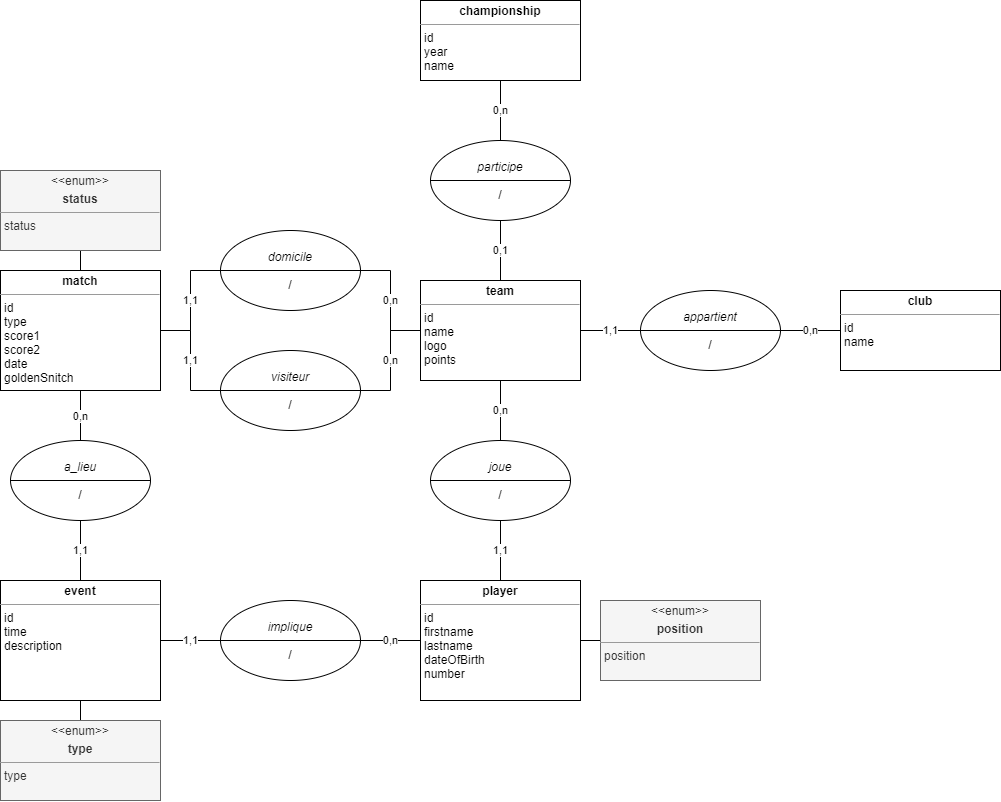
Before: img_readme/conception-bdd.png, a diagram exported from draw.io (B4va/quidditch-iutm). Source tidied: cells renumbered, new cells last; positions are measured from the earlier drawing's top-left corner, leaving out a move shared by most shapes.
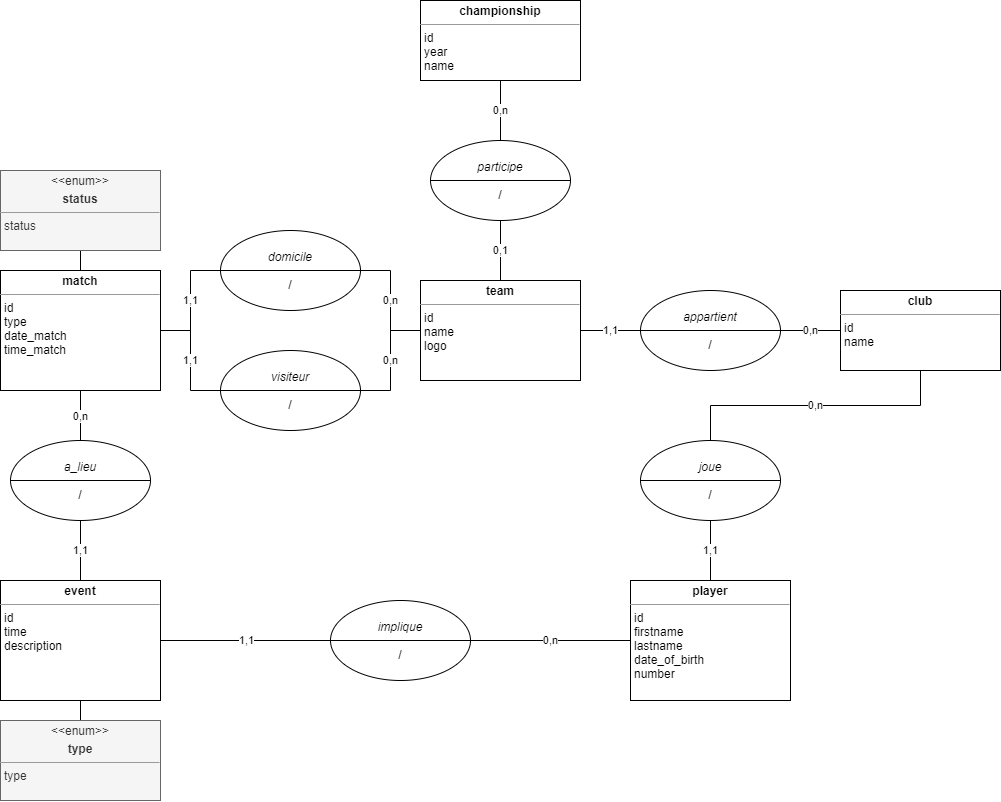
Later version of the same file.

Change to the diagram source:
```diff
@@ -8,98 +8,92 @@
     <mxCell id="3" value="&lt;p style=&quot;margin: 0px ; margin-top: 4px ; text-align: center&quot;&gt;&lt;b&gt;club&lt;/b&gt;&lt;/p&gt;&lt;hr size=&quot;1&quot;&gt;&lt;p style=&quot;margin: 0px ; margin-left: 4px&quot;&gt;id&lt;/p&gt;&lt;p style=&quot;margin: 0px ; margin-left: 4px&quot;&gt;name&lt;/p&gt;&lt;p style=&quot;margin: 0px ; margin-left: 4px&quot;&gt;&lt;br&gt;&lt;/p&gt;" style="verticalAlign=top;align=left;overflow=fill;fontSize=12;fontFamily=Helvetica;html=1;" parent="1" vertex="1">
       <mxGeometry x="840" y="290" width="160" height="80" as="geometry" />
     </mxCell>
-    <mxCell id="4" value="1,1" style="edgeStyle=orthogonalEdgeStyle;rounded=0;jettySize=auto;html=1;entryX=0;entryY=0.5;entryDx=0;entryDy=0;endArrow=none;endFill=0;" parent="1" edge="1" source="6" target="24">
+    <mxCell id="4" value="1,1" style="edgeStyle=orthogonalEdgeStyle;rounded=0;jettySize=auto;html=1;entryX=0;entryY=0.5;entryDx=0;entryDy=0;endArrow=none;endFill=0;" parent="1" edge="1" source="6" target="22">
       <mxGeometry relative="1" as="geometry" />
     </mxCell>
-    <mxCell id="5" value="0,n" style="edgeStyle=orthogonalEdgeStyle;rounded=0;jettySize=auto;html=1;entryX=0.5;entryY=0;entryDx=0;entryDy=0;endArrow=none;endFill=0;" parent="1" edge="1" source="6" target="26">
+    <mxCell id="5" value="0,n" style="edgeStyle=orthogonalEdgeStyle;rounded=0;jettySize=auto;html=1;entryX=0.5;entryY=0;entryDx=0;entryDy=0;endArrow=none;endFill=0;exitX=0.5;exitY=1;exitDx=0;exitDy=0;" parent="1" edge="1" source="3" target="24">
       <mxGeometry relative="1" as="geometry" />
     </mxCell>
-    <mxCell id="6" value="&lt;p style=&quot;margin: 0px ; margin-top: 4px ; text-align: center&quot;&gt;&lt;b&gt;team&lt;/b&gt;&lt;/p&gt;&lt;hr size=&quot;1&quot;&gt;&lt;p style=&quot;margin: 0px ; margin-left: 4px&quot;&gt;id&lt;/p&gt;&lt;p style=&quot;margin: 0px ; margin-left: 4px&quot;&gt;name&lt;/p&gt;&lt;p style=&quot;margin: 0px ; margin-left: 4px&quot;&gt;logo&lt;/p&gt;&lt;p style=&quot;margin: 0px ; margin-left: 4px&quot;&gt;points&lt;/p&gt;" style="verticalAlign=top;align=left;overflow=fill;fontSize=12;fontFamily=Helvetica;html=1;" parent="1" vertex="1">
+    <mxCell id="6" value="&lt;p style=&quot;margin: 0px ; margin-top: 4px ; text-align: center&quot;&gt;&lt;b&gt;team&lt;/b&gt;&lt;/p&gt;&lt;hr size=&quot;1&quot;&gt;&lt;p style=&quot;margin: 0px ; margin-left: 4px&quot;&gt;id&lt;/p&gt;&lt;p style=&quot;margin: 0px ; margin-left: 4px&quot;&gt;name&lt;/p&gt;&lt;p style=&quot;margin: 0px ; margin-left: 4px&quot;&gt;logo&lt;/p&gt;" style="verticalAlign=top;align=left;overflow=fill;fontSize=12;fontFamily=Helvetica;html=1;" parent="1" vertex="1">
       <mxGeometry x="420" y="280" width="160" height="100" as="geometry" />
     </mxCell>
-    <mxCell id="7" style="edgeStyle=orthogonalEdgeStyle;rounded=0;jettySize=auto;html=1;entryX=0;entryY=0.5;entryDx=0;entryDy=0;endArrow=none;endFill=0;" parent="1" edge="1" source="8" target="9">
-      <mxGeometry relative="1" as="geometry" />
+    <mxCell id="7" value="&lt;p style=&quot;margin: 0px ; margin-top: 4px ; text-align: center&quot;&gt;&lt;b&gt;player&lt;/b&gt;&lt;/p&gt;&lt;hr size=&quot;1&quot;&gt;&lt;p style=&quot;margin: 0px ; margin-left: 4px&quot;&gt;id&lt;/p&gt;&lt;p style=&quot;margin: 0px ; margin-left: 4px&quot;&gt;firstname&lt;/p&gt;&lt;p style=&quot;margin: 0px ; margin-left: 4px&quot;&gt;lastname&lt;/p&gt;&lt;p style=&quot;margin: 0px ; margin-left: 4px&quot;&gt;date_of_birth&lt;/p&gt;&lt;p style=&quot;margin: 0px ; margin-left: 4px&quot;&gt;&lt;span&gt;number&lt;/span&gt;&lt;/p&gt;" style="verticalAlign=top;align=left;overflow=fill;fontSize=12;fontFamily=Helvetica;html=1;" parent="1" vertex="1">
+      <mxGeometry x="630" y="580" width="160" height="120" as="geometry" />
     </mxCell>
-    <mxCell id="8" value="&lt;p style=&quot;margin: 0px ; margin-top: 4px ; text-align: center&quot;&gt;&lt;b&gt;player&lt;/b&gt;&lt;/p&gt;&lt;hr size=&quot;1&quot;&gt;&lt;p style=&quot;margin: 0px ; margin-left: 4px&quot;&gt;id&lt;/p&gt;&lt;p style=&quot;margin: 0px ; margin-left: 4px&quot;&gt;firstname&lt;/p&gt;&lt;p style=&quot;margin: 0px ; margin-left: 4px&quot;&gt;lastname&lt;/p&gt;&lt;p style=&quot;margin: 0px ; margin-left: 4px&quot;&gt;dateOfBirth&lt;/p&gt;&lt;p style=&quot;margin: 0px ; margin-left: 4px&quot;&gt;&lt;span&gt;number&lt;/span&gt;&lt;/p&gt;" style="verticalAlign=top;align=left;overflow=fill;fontSize=12;fontFamily=Helvetica;html=1;" parent="1" vertex="1">
-      <mxGeometry x="420" y="580" width="160" height="120" as="geometry" />
+    <mxCell id="8" value="1,1" style="edgeStyle=orthogonalEdgeStyle;rounded=0;jettySize=auto;html=1;entryX=0;entryY=0.5;entryDx=0;entryDy=0;endArrow=none;endFill=0;" parent="1" edge="1" source="11" target="26">
+      <mxGeometry relative="1" as="geometry" />
     </mxCell>
-    <mxCell id="9" value="&lt;p style=&quot;margin: 0px ; margin-top: 4px ; text-align: center&quot;&gt;&amp;lt;&amp;lt;enum&amp;gt;&amp;gt;&lt;/p&gt;&lt;p style=&quot;margin: 0px ; margin-top: 4px ; text-align: center&quot;&gt;&lt;b&gt;position&lt;/b&gt;&lt;/p&gt;&lt;hr size=&quot;1&quot;&gt;&lt;p style=&quot;margin: 0px ; margin-left: 4px&quot;&gt;position&lt;/p&gt;" style="verticalAlign=top;align=left;overflow=fill;fontSize=12;fontFamily=Helvetica;html=1;fillColor=#f5f5f5;strokeColor=#666666;fontColor=#333333;" parent="1" vertex="1">
-      <mxGeometry x="600" y="600" width="160" height="80" as="geometry" />
+    <mxCell id="9" value="1,1" style="edgeStyle=orthogonalEdgeStyle;rounded=0;jettySize=auto;html=1;endArrow=none;endFill=0;" parent="1" edge="1" source="11" target="28">
+      <mxGeometry relative="1" as="geometry" />
     </mxCell>
-    <mxCell id="10" value="1,1" style="edgeStyle=orthogonalEdgeStyle;rounded=0;jettySize=auto;html=1;entryX=0;entryY=0.5;entryDx=0;entryDy=0;endArrow=none;endFill=0;" parent="1" edge="1" source="13" target="28">
+    <mxCell id="10" value="0,n" style="edgeStyle=orthogonalEdgeStyle;rounded=0;jettySize=auto;html=1;entryX=0.5;entryY=0;entryDx=0;entryDy=0;endArrow=none;endFill=0;" parent="1" edge="1" source="11" target="30">
       <mxGeometry relative="1" as="geometry" />
     </mxCell>
-    <mxCell id="11" value="1,1" style="edgeStyle=orthogonalEdgeStyle;rounded=0;jettySize=auto;html=1;endArrow=none;endFill=0;" parent="1" edge="1" source="13" target="30">
-      <mxGeometry relative="1" as="geometry" />
+    <mxCell id="11" value="&lt;p style=&quot;margin: 0px ; margin-top: 4px ; text-align: center&quot;&gt;&lt;b&gt;match&lt;/b&gt;&lt;/p&gt;&lt;hr size=&quot;1&quot;&gt;&lt;p style=&quot;margin: 0px ; margin-left: 4px&quot;&gt;id&lt;/p&gt;&lt;p style=&quot;margin: 0px ; margin-left: 4px&quot;&gt;type&lt;/p&gt;&lt;p style=&quot;margin: 0px ; margin-left: 4px&quot;&gt;date_match&lt;/p&gt;&lt;p style=&quot;margin: 0px ; margin-left: 4px&quot;&gt;time_match&lt;/p&gt;&lt;p style=&quot;margin: 0px ; margin-left: 4px&quot;&gt;&lt;span&gt;&lt;br&gt;&lt;/span&gt;&lt;/p&gt;" style="verticalAlign=top;align=left;overflow=fill;fontSize=12;fontFamily=Helvetica;html=1;" parent="1" vertex="1">
+      <mxGeometry y="270" width="160" height="120" as="geometry" />
     </mxCell>
-    <mxCell id="12" value="0,n" style="edgeStyle=orthogonalEdgeStyle;rounded=0;jettySize=auto;html=1;entryX=0.5;entryY=0;entryDx=0;entryDy=0;endArrow=none;endFill=0;" parent="1" edge="1" source="13" target="32">
+    <mxCell id="12" style="edgeStyle=orthogonalEdgeStyle;rounded=0;jettySize=auto;html=1;entryX=0.5;entryY=0;entryDx=0;entryDy=0;endArrow=none;endFill=0;" parent="1" edge="1" source="13" target="11">
       <mxGeometry relative="1" as="geometry" />
     </mxCell>
-    <mxCell id="13" value="&lt;p style=&quot;margin: 0px ; margin-top: 4px ; text-align: center&quot;&gt;&lt;b&gt;match&lt;/b&gt;&lt;/p&gt;&lt;hr size=&quot;1&quot;&gt;&lt;p style=&quot;margin: 0px ; margin-left: 4px&quot;&gt;id&lt;/p&gt;&lt;p style=&quot;margin: 0px ; margin-left: 4px&quot;&gt;type&lt;/p&gt;&lt;p style=&quot;margin: 0px ; margin-left: 4px&quot;&gt;score1&lt;/p&gt;&lt;p style=&quot;margin: 0px ; margin-left: 4px&quot;&gt;score2&lt;/p&gt;&lt;p style=&quot;margin: 0px ; margin-left: 4px&quot;&gt;date&lt;/p&gt;&lt;p style=&quot;margin: 0px ; margin-left: 4px&quot;&gt;&lt;span&gt;goldenSnitch&lt;/span&gt;&lt;/p&gt;&lt;p style=&quot;margin: 0px ; margin-left: 4px&quot;&gt;&lt;span&gt;&lt;br&gt;&lt;/span&gt;&lt;/p&gt;" style="verticalAlign=top;align=left;overflow=fill;fontSize=12;fontFamily=Helvetica;html=1;" parent="1" vertex="1">
-      <mxGeometry y="270" width="160" height="120" as="geometry" />
+    <mxCell id="13" value="&lt;p style=&quot;margin: 0px ; margin-top: 4px ; text-align: center&quot;&gt;&amp;lt;&amp;lt;enum&amp;gt;&amp;gt;&lt;/p&gt;&lt;p style=&quot;margin: 0px ; margin-top: 4px ; text-align: center&quot;&gt;&lt;b&gt;status&lt;/b&gt;&lt;/p&gt;&lt;hr size=&quot;1&quot;&gt;&lt;p style=&quot;margin: 0px ; margin-left: 4px&quot;&gt;status&lt;/p&gt;" style="verticalAlign=top;align=left;overflow=fill;fontSize=12;fontFamily=Helvetica;html=1;fillColor=#f5f5f5;strokeColor=#666666;fontColor=#333333;" parent="1" vertex="1">
+      <mxGeometry y="170" width="160" height="80" as="geometry" />
     </mxCell>
-    <mxCell id="14" style="edgeStyle=orthogonalEdgeStyle;rounded=0;jettySize=auto;html=1;entryX=0.5;entryY=0;entryDx=0;entryDy=0;endArrow=none;endFill=0;" parent="1" edge="1" source="15" target="13">
+    <mxCell id="14" value="1,1" style="edgeStyle=orthogonalEdgeStyle;rounded=0;jettySize=auto;html=1;entryX=0;entryY=0.5;entryDx=0;entryDy=0;endArrow=none;endFill=0;" parent="1" edge="1" source="16" target="32">
       <mxGeometry relative="1" as="geometry" />
     </mxCell>
-    <mxCell id="15" value="&lt;p style=&quot;margin: 0px ; margin-top: 4px ; text-align: center&quot;&gt;&amp;lt;&amp;lt;enum&amp;gt;&amp;gt;&lt;/p&gt;&lt;p style=&quot;margin: 0px ; margin-top: 4px ; text-align: center&quot;&gt;&lt;b&gt;status&lt;/b&gt;&lt;/p&gt;&lt;hr size=&quot;1&quot;&gt;&lt;p style=&quot;margin: 0px ; margin-left: 4px&quot;&gt;status&lt;/p&gt;" style="verticalAlign=top;align=left;overflow=fill;fontSize=12;fontFamily=Helvetica;html=1;fillColor=#f5f5f5;strokeColor=#666666;fontColor=#333333;" parent="1" vertex="1">
-      <mxGeometry y="170" width="160" height="80" as="geometry" />
+    <mxCell id="15" style="edgeStyle=orthogonalEdgeStyle;rounded=0;jettySize=auto;html=1;entryX=0.5;entryY=0;entryDx=0;entryDy=0;endArrow=none;endFill=0;" parent="1" edge="1" source="16" target="17">
+      <mxGeometry relative="1" as="geometry" />
     </mxCell>
-    <mxCell id="16" value="1,1" style="edgeStyle=orthogonalEdgeStyle;rounded=0;jettySize=auto;html=1;entryX=0;entryY=0.5;entryDx=0;entryDy=0;endArrow=none;endFill=0;" parent="1" edge="1" source="18" target="34">
-      <mxGeometry relative="1" as="geometry" />
+    <mxCell id="16" value="&lt;p style=&quot;margin: 0px ; margin-top: 4px ; text-align: center&quot;&gt;&lt;b&gt;event&lt;/b&gt;&lt;/p&gt;&lt;hr size=&quot;1&quot;&gt;&lt;p style=&quot;margin: 0px ; margin-left: 4px&quot;&gt;id&lt;/p&gt;&lt;p style=&quot;margin: 0px ; margin-left: 4px&quot;&gt;time&lt;/p&gt;&lt;p style=&quot;margin: 0px ; margin-left: 4px&quot;&gt;description&lt;/p&gt;" style="verticalAlign=top;align=left;overflow=fill;fontSize=12;fontFamily=Helvetica;html=1;" parent="1" vertex="1">
+      <mxGeometry y="580" width="160" height="120" as="geometry" />
     </mxCell>
-    <mxCell id="17" style="edgeStyle=orthogonalEdgeStyle;rounded=0;jettySize=auto;html=1;entryX=0.5;entryY=0;entryDx=0;entryDy=0;endArrow=none;endFill=0;" parent="1" edge="1" source="18" target="19">
-      <mxGeometry relative="1" as="geometry" />
+    <mxCell id="17" value="&lt;p style=&quot;margin: 0px ; margin-top: 4px ; text-align: center&quot;&gt;&amp;lt;&amp;lt;enum&amp;gt;&amp;gt;&lt;/p&gt;&lt;p style=&quot;margin: 0px ; margin-top: 4px ; text-align: center&quot;&gt;&lt;b&gt;type&lt;/b&gt;&lt;/p&gt;&lt;hr size=&quot;1&quot;&gt;&lt;p style=&quot;margin: 0px ; margin-left: 4px&quot;&gt;type&lt;/p&gt;" style="verticalAlign=top;align=left;overflow=fill;fontSize=12;fontFamily=Helvetica;html=1;fillColor=#f5f5f5;strokeColor=#666666;fontColor=#333333;" parent="1" vertex="1">
+      <mxGeometry y="720" width="160" height="80" as="geometry" />
     </mxCell>
-    <mxCell id="18" value="&lt;p style=&quot;margin: 0px ; margin-top: 4px ; text-align: center&quot;&gt;&lt;b&gt;event&lt;/b&gt;&lt;/p&gt;&lt;hr size=&quot;1&quot;&gt;&lt;p style=&quot;margin: 0px ; margin-left: 4px&quot;&gt;id&lt;/p&gt;&lt;p style=&quot;margin: 0px ; margin-left: 4px&quot;&gt;time&lt;/p&gt;&lt;p style=&quot;margin: 0px ; margin-left: 4px&quot;&gt;description&lt;/p&gt;" style="verticalAlign=top;align=left;overflow=fill;fontSize=12;fontFamily=Helvetica;html=1;" parent="1" vertex="1">
-      <mxGeometry y="580" width="160" height="120" as="geometry" />
+    <mxCell id="18" value="0,n" style="edgeStyle=orthogonalEdgeStyle;rounded=0;jettySize=auto;html=1;entryX=0.5;entryY=1;entryDx=0;entryDy=0;endArrow=none;endFill=0;" parent="1" edge="1" source="20" target="2">
+      <mxGeometry relative="1" as="geometry" />
     </mxCell>
-    <mxCell id="19" value="&lt;p style=&quot;margin: 0px ; margin-top: 4px ; text-align: center&quot;&gt;&amp;lt;&amp;lt;enum&amp;gt;&amp;gt;&lt;/p&gt;&lt;p style=&quot;margin: 0px ; margin-top: 4px ; text-align: center&quot;&gt;&lt;b&gt;type&lt;/b&gt;&lt;/p&gt;&lt;hr size=&quot;1&quot;&gt;&lt;p style=&quot;margin: 0px ; margin-left: 4px&quot;&gt;type&lt;/p&gt;" style="verticalAlign=top;align=left;overflow=fill;fontSize=12;fontFamily=Helvetica;html=1;fillColor=#f5f5f5;strokeColor=#666666;fontColor=#333333;" parent="1" vertex="1">
-      <mxGeometry y="720" width="160" height="80" as="geometry" />
+    <mxCell id="19" value="0,1" style="edgeStyle=orthogonalEdgeStyle;rounded=0;jettySize=auto;html=1;entryX=0.5;entryY=0;entryDx=0;entryDy=0;endArrow=none;endFill=0;" parent="1" edge="1" source="20" target="6">
+      <mxGeometry relative="1" as="geometry" />
     </mxCell>
-    <mxCell id="20" value="0,n" style="edgeStyle=orthogonalEdgeStyle;rounded=0;jettySize=auto;html=1;entryX=0.5;entryY=1;entryDx=0;entryDy=0;endArrow=none;endFill=0;" parent="1" edge="1" source="22" target="2">
-      <mxGeometry relative="1" as="geometry" />
+    <mxCell id="20" value="&lt;i&gt;participe&lt;/i&gt;&lt;br&gt;&lt;br&gt;/" style="shape=lineEllipse;perimeter=ellipsePerimeter;whiteSpace=wrap;html=1;backgroundOutline=1;" parent="1" vertex="1">
+      <mxGeometry x="430" y="140" width="140" height="80" as="geometry" />
     </mxCell>
-    <mxCell id="21" value="0,1" style="edgeStyle=orthogonalEdgeStyle;rounded=0;jettySize=auto;html=1;entryX=0.5;entryY=0;entryDx=0;entryDy=0;endArrow=none;endFill=0;" parent="1" edge="1" source="22" target="6">
+    <mxCell id="21" value="0,n" style="edgeStyle=orthogonalEdgeStyle;rounded=0;jettySize=auto;html=1;entryX=0;entryY=0.5;entryDx=0;entryDy=0;endArrow=none;endFill=0;" parent="1" edge="1" source="22" target="3">
       <mxGeometry relative="1" as="geometry" />
     </mxCell>
-    <mxCell id="22" value="&lt;i&gt;participe&lt;/i&gt;&lt;br&gt;&lt;br&gt;/" style="shape=lineEllipse;perimeter=ellipsePerimeter;whiteSpace=wrap;html=1;backgroundOutline=1;" parent="1" vertex="1">
-      <mxGeometry x="430" y="140" width="140" height="80" as="geometry" />
+    <mxCell id="22" value="&lt;i&gt;appartient&lt;/i&gt;&lt;br&gt;&lt;br&gt;/" style="shape=lineEllipse;perimeter=ellipsePerimeter;whiteSpace=wrap;html=1;backgroundOutline=1;" parent="1" vertex="1">
+      <mxGeometry x="640" y="290" width="140" height="80" as="geometry" />
     </mxCell>
-    <mxCell id="23" value="0,n" style="edgeStyle=orthogonalEdgeStyle;rounded=0;jettySize=auto;html=1;entryX=0;entryY=0.5;entryDx=0;entryDy=0;endArrow=none;endFill=0;" parent="1" edge="1" source="24" target="3">
+    <mxCell id="23" value="1,1" style="edgeStyle=orthogonalEdgeStyle;rounded=0;jettySize=auto;html=1;entryX=0.5;entryY=0;entryDx=0;entryDy=0;endArrow=none;endFill=0;" parent="1" edge="1" source="24" target="7">
       <mxGeometry relative="1" as="geometry" />
     </mxCell>
-    <mxCell id="24" value="&lt;i&gt;appartient&lt;/i&gt;&lt;br&gt;&lt;br&gt;/" style="shape=lineEllipse;perimeter=ellipsePerimeter;whiteSpace=wrap;html=1;backgroundOutline=1;" parent="1" vertex="1">
-      <mxGeometry x="640" y="290" width="140" height="80" as="geometry" />
+    <mxCell id="24" value="&lt;i&gt;joue&lt;/i&gt;&lt;br&gt;&lt;br&gt;/" style="shape=lineEllipse;perimeter=ellipsePerimeter;whiteSpace=wrap;html=1;backgroundOutline=1;" parent="1" vertex="1">
+      <mxGeometry x="640" y="440" width="140" height="80" as="geometry" />
     </mxCell>
-    <mxCell id="25" value="1,1" style="edgeStyle=orthogonalEdgeStyle;rounded=0;jettySize=auto;html=1;entryX=0.5;entryY=0;entryDx=0;entryDy=0;endArrow=none;endFill=0;" parent="1" edge="1" source="26" target="8">
+    <mxCell id="25" value="0,n" style="edgeStyle=orthogonalEdgeStyle;rounded=0;jettySize=auto;html=1;entryX=0;entryY=0.5;entryDx=0;entryDy=0;endArrow=none;endFill=0;" parent="1" edge="1" source="26" target="6">
       <mxGeometry relative="1" as="geometry" />
     </mxCell>
-    <mxCell id="26" value="&lt;i&gt;joue&lt;/i&gt;&lt;br&gt;&lt;br&gt;/" style="shape=lineEllipse;perimeter=ellipsePerimeter;whiteSpace=wrap;html=1;backgroundOutline=1;" parent="1" vertex="1">
-      <mxGeometry x="430" y="440" width="140" height="80" as="geometry" />
+    <mxCell id="26" value="&lt;i&gt;domicile&lt;/i&gt;&lt;br&gt;&lt;br&gt;/" style="shape=lineEllipse;perimeter=ellipsePerimeter;whiteSpace=wrap;html=1;backgroundOutline=1;" parent="1" vertex="1">
+      <mxGeometry x="220" y="230" width="140" height="80" as="geometry" />
     </mxCell>
-    <mxCell id="27" value="0,n" style="edgeStyle=orthogonalEdgeStyle;rounded=0;jettySize=auto;html=1;entryX=0;entryY=0.5;entryDx=0;entryDy=0;endArrow=none;endFill=0;" parent="1" edge="1" source="28" target="6">
+    <mxCell id="27" value="0,n" style="edgeStyle=orthogonalEdgeStyle;rounded=0;jettySize=auto;html=1;endArrow=none;endFill=0;" parent="1" edge="1" source="28" target="6">
       <mxGeometry relative="1" as="geometry" />
     </mxCell>
-    <mxCell id="28" value="&lt;i&gt;domicile&lt;/i&gt;&lt;br&gt;&lt;br&gt;/" style="shape=lineEllipse;perimeter=ellipsePerimeter;whiteSpace=wrap;html=1;backgroundOutline=1;" parent="1" vertex="1">
-      <mxGeometry x="220" y="230" width="140" height="80" as="geometry" />
+    <mxCell id="28" value="&lt;i&gt;visiteur&lt;br&gt;&lt;/i&gt;&lt;br&gt;/" style="shape=lineEllipse;perimeter=ellipsePerimeter;whiteSpace=wrap;html=1;backgroundOutline=1;" parent="1" vertex="1">
+      <mxGeometry x="220" y="350" width="140" height="80" as="geometry" />
     </mxCell>
-    <mxCell id="29" value="0,n" style="edgeStyle=orthogonalEdgeStyle;rounded=0;jettySize=auto;html=1;endArrow=none;endFill=0;" parent="1" edge="1" source="30" target="6">
+    <mxCell id="29" value="1,1" style="edgeStyle=orthogonalEdgeStyle;rounded=0;jettySize=auto;html=1;entryX=0.5;entryY=0;entryDx=0;entryDy=0;endArrow=none;endFill=0;" parent="1" edge="1" source="30" target="16">
       <mxGeometry relative="1" as="geometry" />
     </mxCell>
-    <mxCell id="30" value="&lt;i&gt;visiteur&lt;br&gt;&lt;/i&gt;&lt;br&gt;/" style="shape=lineEllipse;perimeter=ellipsePerimeter;whiteSpace=wrap;html=1;backgroundOutline=1;" parent="1" vertex="1">
-      <mxGeometry x="220" y="350" width="140" height="80" as="geometry" />
+    <mxCell id="30" value="&lt;i&gt;a_lieu&lt;/i&gt;&lt;br&gt;&lt;br&gt;/" style="shape=lineEllipse;perimeter=ellipsePerimeter;whiteSpace=wrap;html=1;backgroundOutline=1;" parent="1" vertex="1">
+      <mxGeometry x="10" y="440" width="140" height="80" as="geometry" />
     </mxCell>
-    <mxCell id="31" value="1,1" style="edgeStyle=orthogonalEdgeStyle;rounded=0;jettySize=auto;html=1;entryX=0.5;entryY=0;entryDx=0;entryDy=0;endArrow=none;endFill=0;" parent="1" edge="1" source="32" target="18">
+    <mxCell id="31" value="0,n" style="edgeStyle=orthogonalEdgeStyle;rounded=0;jettySize=auto;html=1;exitX=1;exitY=0.5;exitDx=0;exitDy=0;entryX=0;entryY=0.5;entryDx=0;entryDy=0;endArrow=none;endFill=0;" parent="1" edge="1" source="32" target="7">
       <mxGeometry relative="1" as="geometry" />
     </mxCell>
-    <mxCell id="32" value="&lt;i&gt;a_lieu&lt;/i&gt;&lt;br&gt;&lt;br&gt;/" style="shape=lineEllipse;perimeter=ellipsePerimeter;whiteSpace=wrap;html=1;backgroundOutline=1;" parent="1" vertex="1">
-      <mxGeometry x="10" y="440" width="140" height="80" as="geometry" />
+    <mxCell id="32" value="&lt;i&gt;implique&lt;br&gt;&lt;/i&gt;&lt;br&gt;/" style="shape=lineEllipse;perimeter=ellipsePerimeter;whiteSpace=wrap;html=1;backgroundOutline=1;" parent="1" vertex="1">
+      <mxGeometry x="330" y="600" width="140" height="80" as="geometry" />
     </mxCell>
-    <mxCell id="33" value="0,n" style="edgeStyle=orthogonalEdgeStyle;rounded=0;jettySize=auto;html=1;exitX=1;exitY=0.5;exitDx=0;exitDy=0;entryX=0;entryY=0.5;entryDx=0;entryDy=0;endArrow=none;endFill=0;" parent="1" edge="1" source="34" target="8">
-      <mxGeometry relative="1" as="geometry" />
-    </mxCell>
-    <mxCell id="34" value="&lt;i&gt;implique&lt;br&gt;&lt;/i&gt;&lt;br&gt;/" style="shape=lineEllipse;perimeter=ellipsePerimeter;whiteSpace=wrap;html=1;backgroundOutline=1;" parent="1" vertex="1">
-      <mxGeometry x="220" y="600" width="140" height="80" as="geometry" />
-    </mxCell>
   </root>
 </mxGraphModel>
```
